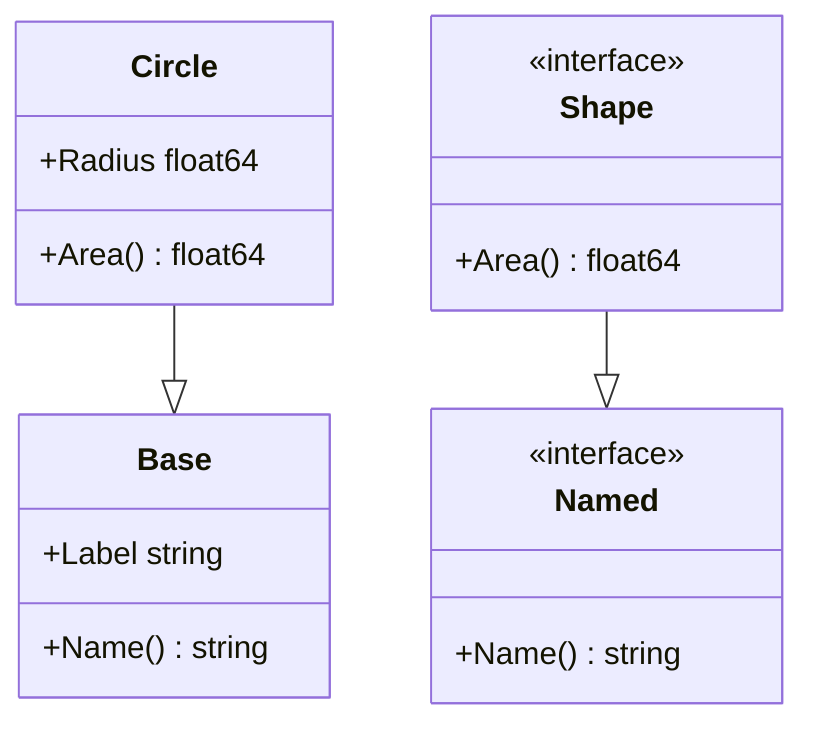
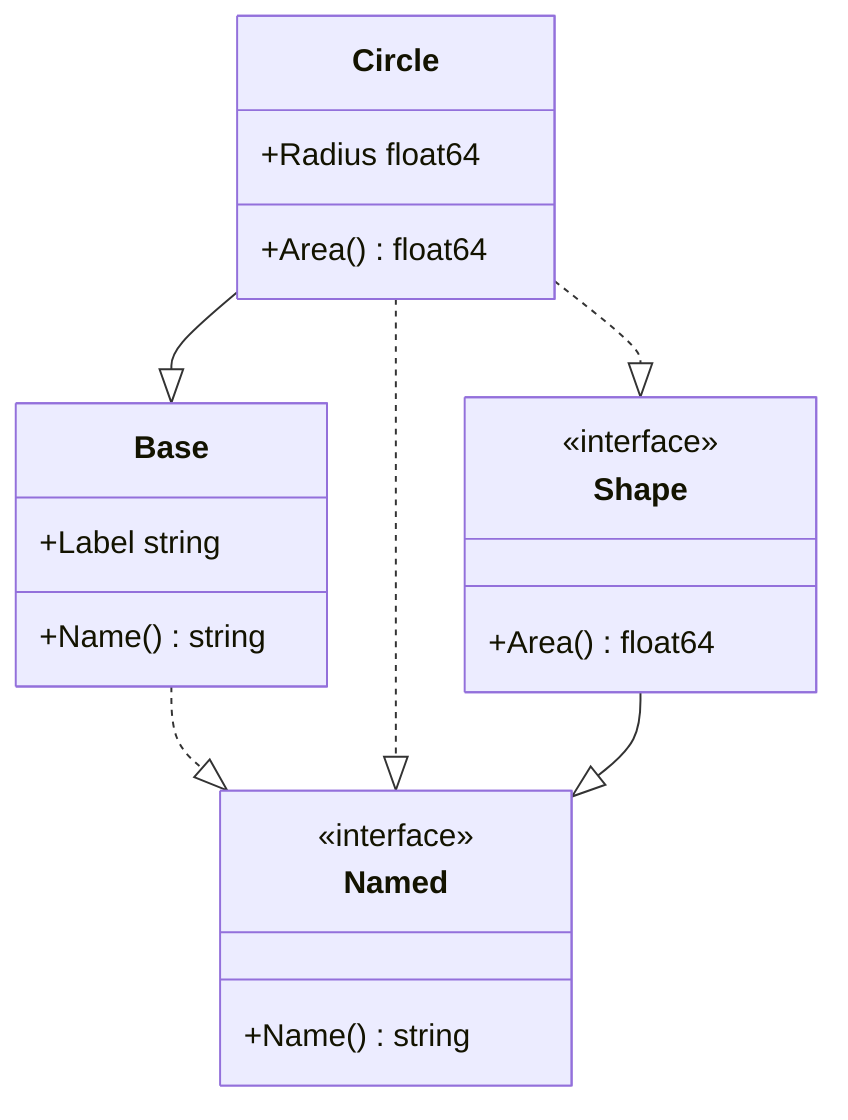
classDiagram
    class Base["Base"] {
        +Label string
        +Name() string
    }
    class Circle["Circle"] {
        +Radius float64
        +Area() float64
    }
    class Named["Named"] {
        <<interface>>
        +Name() string
    }
    class Shape["Shape"] {
        <<interface>>
        +Area() float64
    }
+     Base ..|> Named
    Circle --|> Base
+     Circle ..|> Named
+     Circle ..|> Shape
    Shape --|> Named
